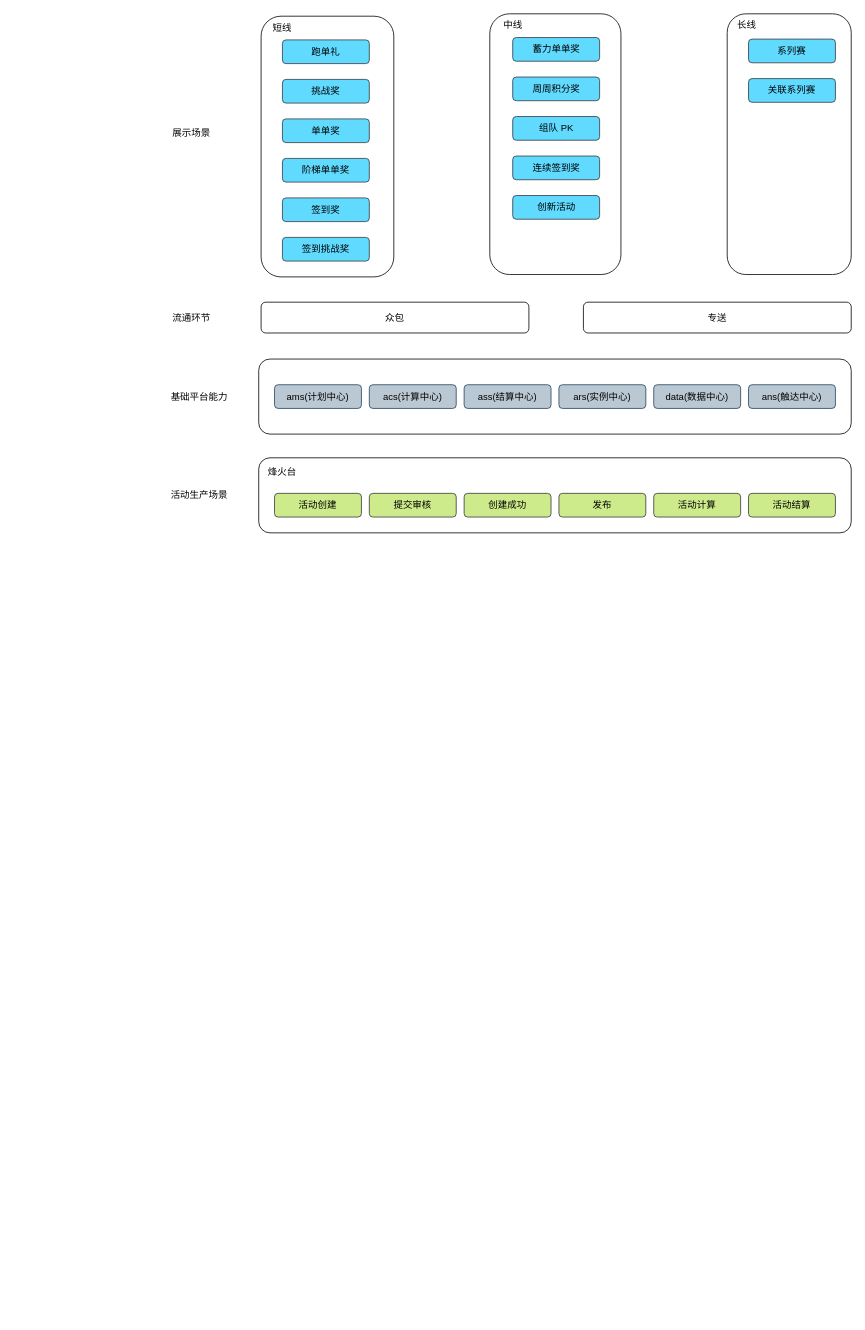
This is 未命名绘图.drawio from 1587319019/1587319019.github.io, a draw.io file, before an edit. Source tidied: cells renumbered, new cells numbered last; positions are measured from the earlier drawing's top-left corner, leaving out a move shared by most shapes. Both pictures are drawn from the tidied source at 79%, with x=0, y=0 at pixel (164, 13).
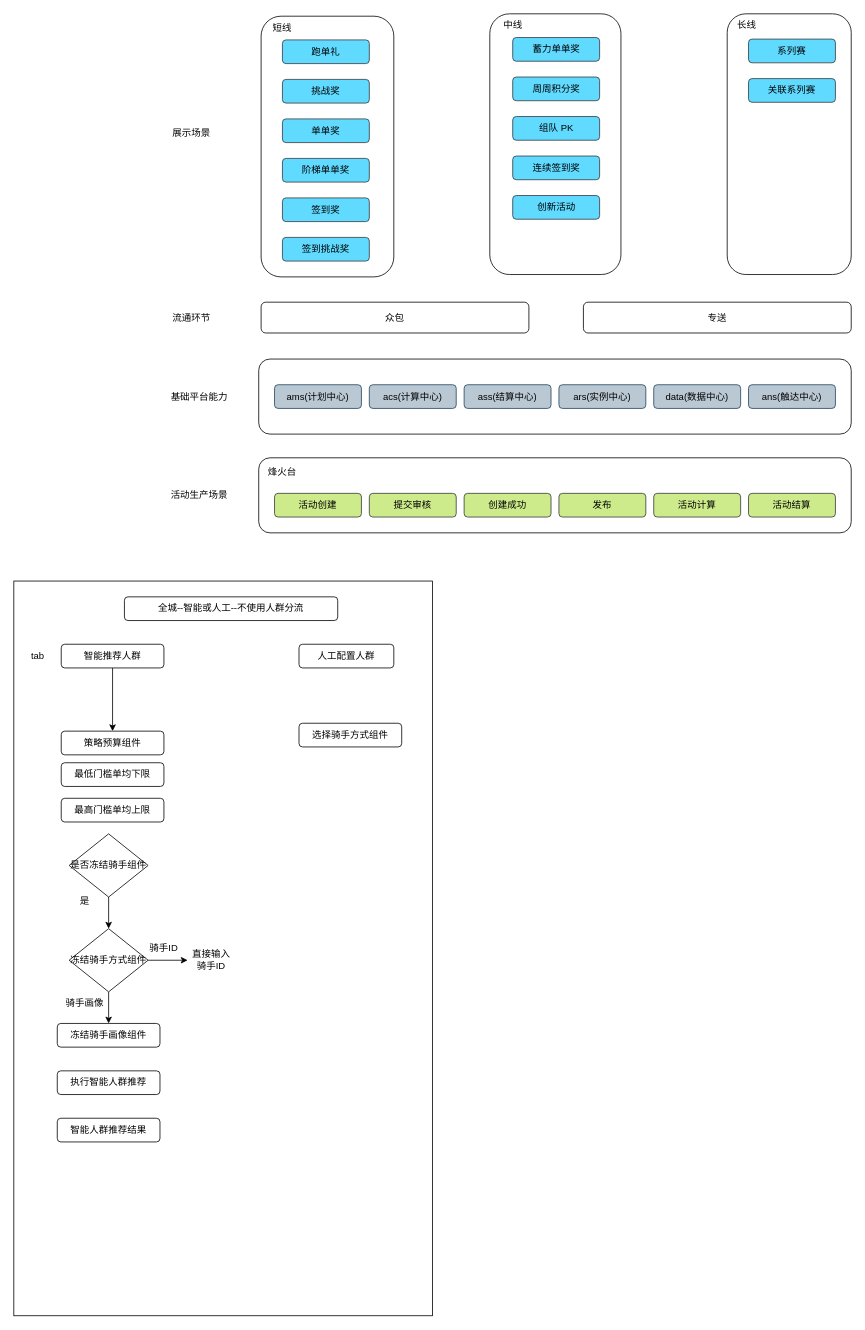
After the change.

Commit message:
更新未命名绘图.drawio

Diff of the diagram source:
```diff
@@
+    <mxCell id="42" style="rounded=0;whiteSpace=wrap;html=1;" parent="1" vertex="1">
+      <mxGeometry x="-190" y="718" width="530" height="930" as="geometry" />
+    </mxCell>
@@
+    <mxCell id="43" style="edgeStyle=orthogonalEdgeStyle;rounded=0;jettySize=auto;html=1;" parent="1" edge="1" source="44" target="46">
+      <mxGeometry relative="1" as="geometry" />
+    </mxCell>
+    <mxCell id="44" value="智能推荐人群" style="rounded=1;whiteSpace=wrap;html=1;" parent="1" vertex="1">
+      <mxGeometry x="-130" y="798" width="130" height="30" as="geometry" />
+    </mxCell>
+    <mxCell id="45" value="人工配置人群" style="rounded=1;whiteSpace=wrap;html=1;" parent="1" vertex="1">
+      <mxGeometry x="171" y="798" width="120" height="30" as="geometry" />
+    </mxCell>
+    <mxCell id="46" value="策略预算组件" style="rounded=1;whiteSpace=wrap;html=1;" parent="1" vertex="1">
+      <mxGeometry x="-130" y="908" width="130" height="30" as="geometry" />
+    </mxCell>
+    <mxCell id="47" value="最低门槛单均下限" style="rounded=1;whiteSpace=wrap;html=1;" parent="1" vertex="1">
+      <mxGeometry x="-130" y="948" width="130" height="30" as="geometry" />
+    </mxCell>
+    <mxCell id="48" value="最高门槛单均上限" style="rounded=1;whiteSpace=wrap;html=1;" parent="1" vertex="1">
+      <mxGeometry x="-130" y="993" width="130" height="30" as="geometry" />
+    </mxCell>
+    <mxCell id="49" value="tab" style="text;html=1;align=center;verticalAlign=middle;strokeColor=none;fillColor=none;" parent="1" vertex="1">
+      <mxGeometry x="-180" y="798" width="40" height="30" as="geometry" />
+    </mxCell>
+    <mxCell id="50" value="全城--智能或人工--不使用人群分流" style="rounded=1;whiteSpace=wrap;html=1;" parent="1" vertex="1">
+      <mxGeometry x="-50" y="738" width="270" height="30" as="geometry" />
+    </mxCell>
+    <mxCell id="51" value="选择骑手方式组件" style="rounded=1;whiteSpace=wrap;html=1;" parent="1" vertex="1">
+      <mxGeometry x="171" y="898" width="130" height="30" as="geometry" />
+    </mxCell>
+    <mxCell id="52" style="edgeStyle=orthogonalEdgeStyle;rounded=0;jettySize=auto;html=1;" parent="1" edge="1" source="53" target="56">
+      <mxGeometry relative="1" as="geometry" />
+    </mxCell>
+    <mxCell id="53" value="是否冻结骑手组件" style="rhombus;whiteSpace=wrap;html=1;" parent="1" vertex="1">
+      <mxGeometry x="-120" y="1038" width="100" height="80" as="geometry" />
+    </mxCell>
+    <mxCell id="54" style="edgeStyle=orthogonalEdgeStyle;rounded=0;jettySize=auto;html=1;exitX=0.5;exitY=1;exitDx=0;exitDy=0;" parent="1" edge="1" source="56" target="58">
+      <mxGeometry relative="1" as="geometry" />
+    </mxCell>
+    <mxCell id="55" style="edgeStyle=orthogonalEdgeStyle;rounded=0;jettySize=auto;html=1;exitX=1;exitY=0.5;exitDx=0;exitDy=0;entryX=0;entryY=0.5;entryDx=0;entryDy=0;" parent="1" edge="1" source="56" target="60">
+      <mxGeometry relative="1" as="geometry" />
+    </mxCell>
+    <mxCell id="56" value="冻结骑手方式组件" style="rhombus;whiteSpace=wrap;html=1;" parent="1" vertex="1">
+      <mxGeometry x="-120" y="1158" width="100" height="80" as="geometry" />
+    </mxCell>
+    <mxCell id="57" value="是" style="text;html=1;strokeColor=none;fillColor=none;align=center;verticalAlign=middle;whiteSpace=wrap;rounded=0;" parent="1" vertex="1">
+      <mxGeometry x="-130" y="1108" width="60" height="30" as="geometry" />
+    </mxCell>
+    <mxCell id="58" value="冻结骑手画像组件" style="rounded=1;whiteSpace=wrap;html=1;" parent="1" vertex="1">
+      <mxGeometry x="-135" y="1278" width="130" height="30" as="geometry" />
+    </mxCell>
+    <mxCell id="59" value="骑手画像" style="text;html=1;strokeColor=none;fillColor=none;align=center;verticalAlign=middle;whiteSpace=wrap;rounded=0;" parent="1" vertex="1">
+      <mxGeometry x="-130" y="1238" width="60" height="30" as="geometry" />
+    </mxCell>
+    <mxCell id="60" value="直接输入骑手ID" style="text;html=1;strokeColor=none;fillColor=none;align=center;verticalAlign=middle;whiteSpace=wrap;rounded=0;" parent="1" vertex="1">
+      <mxGeometry x="30" y="1183" width="60" height="30" as="geometry" />
+    </mxCell>
+    <mxCell id="61" value="骑手ID" style="text;html=1;strokeColor=none;fillColor=none;align=center;verticalAlign=middle;whiteSpace=wrap;rounded=0;" parent="1" vertex="1">
+      <mxGeometry x="-30" y="1168" width="60" height="30" as="geometry" />
+    </mxCell>
+    <mxCell id="62" value="执行智能人群推荐" style="rounded=1;whiteSpace=wrap;html=1;" parent="1" vertex="1">
+      <mxGeometry x="-135" y="1338" width="130" height="30" as="geometry" />
+    </mxCell>
+    <mxCell id="63" value="智能人群推荐结果" style="rounded=1;whiteSpace=wrap;html=1;" parent="1" vertex="1">
+      <mxGeometry x="-135" y="1398" width="130" height="30" as="geometry" />
+    </mxCell>
```
